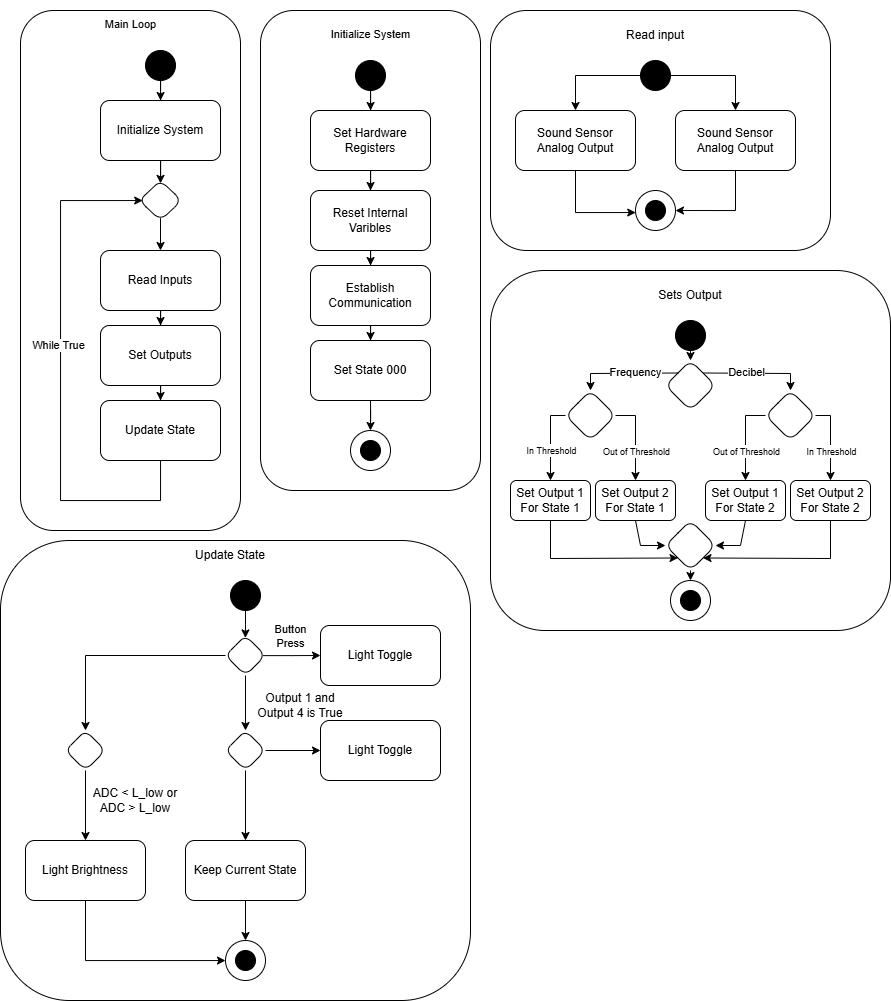
Earlier version of the draw.io export docs/image/SoftwareProposal.drawio.png (ASU-EGR304-2025-F-204/ASU-EGR304-2025-F-204.github.io). Source tidied: cells renumbered, new cells last; positions are measured from the earlier drawing's top-left corner, leaving out a move shared by most shapes.
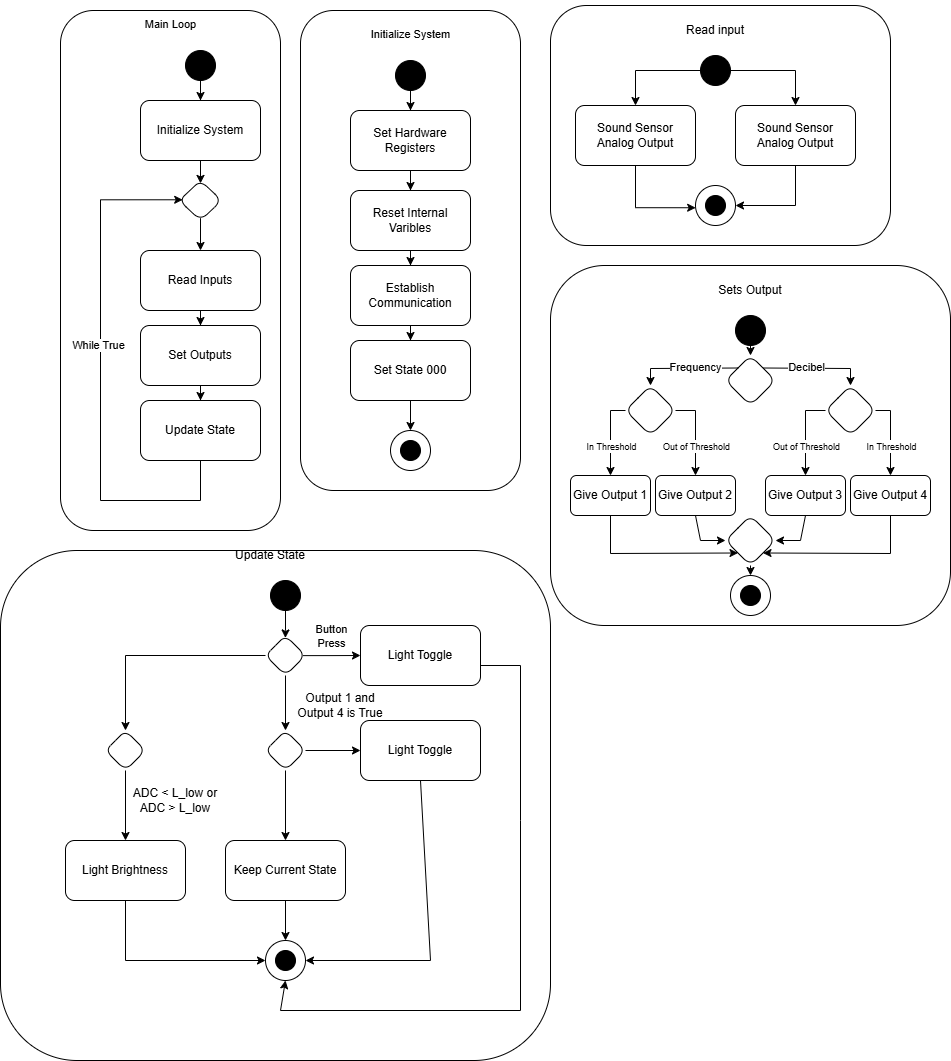
After the change.

Change to the diagram source:
```diff
@@ -12,7 +12,7 @@
       <mxGeometry x="615" y="280" width="150" height="30" as="geometry" />
     </mxCell>
     <mxCell id="5" value="&lt;div style=&quot;padding-top: 0px;&quot;&gt;&lt;br&gt;&lt;/div&gt;" style="rounded=1;whiteSpace=wrap;html=1;align=center;" parent="1" vertex="1">
-      <mxGeometry y="540" width="470" height="460" as="geometry" />
+      <mxGeometry x="-60" y="555" width="550" height="510" as="geometry" />
     </mxCell>
     <mxCell id="6" style="ellipse;whiteSpace=wrap;html=1;" parent="1" vertex="1">
       <mxGeometry x="670" y="580" width="40" height="40" as="geometry" />
@@ -21,7 +21,7 @@
       <mxGeometry x="565" y="390" width="50" height="50" as="geometry" />
     </mxCell>
     <mxCell id="8" style="group;" parent="1" vertex="1">
-      <mxGeometry x="20" width="220" height="530" as="geometry" />
+      <mxGeometry y="5" width="220" height="530" as="geometry" />
     </mxCell>
     <mxCell id="9" value="&lt;div style=&quot;padding-top: 0px;&quot;&gt;&lt;br&gt;&lt;/div&gt;" style="rounded=1;whiteSpace=wrap;html=1;align=center;" parent="8" vertex="1">
       <mxGeometry y="10" width="220" height="520" as="geometry" />
@@ -81,7 +81,7 @@
       <mxGeometry x="765" y="390" width="50" height="50" as="geometry" />
     </mxCell>
     <mxCell id="25" style="group;" parent="1" vertex="1">
-      <mxGeometry x="260" y="10" width="220" height="530" as="geometry" />
+      <mxGeometry x="240" y="15" width="220" height="530" as="geometry" />
     </mxCell>
     <mxCell id="26" value="&lt;div style=&quot;padding-top: 0px;&quot;&gt;&lt;br&gt;&lt;/div&gt;" style="rounded=1;whiteSpace=wrap;html=1;align=center;" parent="25" vertex="1">
       <mxGeometry width="220" height="480" as="geometry" />
@@ -125,29 +125,29 @@
     <mxCell id="39" style="ellipse;whiteSpace=wrap;html=1;fillColor=#000000;" parent="25" vertex="1">
       <mxGeometry x="100" y="430" width="20" height="20" as="geometry" />
     </mxCell>
-    <mxCell id="40" value="Set Output 1 For State 2" style="rounded=1;whiteSpace=wrap;html=1;" parent="1" vertex="1">
+    <mxCell id="40" value="Give Output 3" style="rounded=1;whiteSpace=wrap;html=1;" parent="1" vertex="1">
       <mxGeometry x="705" y="480" width="80" height="40" as="geometry" />
     </mxCell>
     <mxCell id="41" style="ellipse;whiteSpace=wrap;html=1;fillColor=#000000;" parent="1" vertex="1">
       <mxGeometry x="680" y="590" width="20" height="20" as="geometry" />
     </mxCell>
-    <mxCell id="42" value="Set Output 2 For State 2" style="rounded=1;whiteSpace=wrap;html=1;" parent="1" vertex="1">
+    <mxCell id="42" value="Give Output 4" style="rounded=1;whiteSpace=wrap;html=1;" parent="1" vertex="1">
       <mxGeometry x="790" y="480" width="80" height="40" as="geometry" />
     </mxCell>
-    <mxCell id="43" value="Set Output 1 For State 1" style="rounded=1;whiteSpace=wrap;html=1;" parent="1" vertex="1">
+    <mxCell id="43" value="Give Output 1" style="rounded=1;whiteSpace=wrap;html=1;" parent="1" vertex="1">
       <mxGeometry x="510" y="480" width="80" height="40" as="geometry" />
     </mxCell>
-    <mxCell id="44" value="Set Output 2 For State 1" style="rounded=1;whiteSpace=wrap;html=1;" parent="1" vertex="1">
+    <mxCell id="44" value="Give Output 2" style="rounded=1;whiteSpace=wrap;html=1;" parent="1" vertex="1">
       <mxGeometry x="595" y="480" width="80" height="40" as="geometry" />
     </mxCell>
     <mxCell id="45" value="Update State" style="text;html=1;whiteSpace=wrap;strokeColor=none;fillColor=none;align=center;verticalAlign=middle;rounded=0;" parent="1" vertex="1">
-      <mxGeometry x="155" y="540" width="150" height="30" as="geometry" />
+      <mxGeometry x="135" y="545" width="150" height="30" as="geometry" />
     </mxCell>
     <mxCell id="46" style="edgeStyle=orthogonalEdgeStyle;rounded=0;jettySize=auto;html=1;entryX=0.497;entryY=0.061;entryDx=0;entryDy=0;entryPerimeter=0;" parent="1" edge="1" source="47" target="51">
       <mxGeometry relative="1" as="geometry" />
     </mxCell>
     <mxCell id="47" style="ellipse;whiteSpace=wrap;html=1;fillColor=#000000;" parent="1" vertex="1">
-      <mxGeometry x="230" y="580" width="30" height="30" as="geometry" />
+      <mxGeometry x="210" y="585" width="30" height="30" as="geometry" />
     </mxCell>
     <mxCell id="48" style="edgeStyle=orthogonalEdgeStyle;rounded=0;jettySize=auto;html=1;exitX=0.939;exitY=0.503;exitDx=0;exitDy=0;exitPerimeter=0;" parent="1" edge="1" source="51" target="52">
       <mxGeometry relative="1" as="geometry" />
@@ -161,31 +161,31 @@
       <mxGeometry relative="1" as="geometry" />
     </mxCell>
     <mxCell id="51" style="rhombus;whiteSpace=wrap;html=1;rounded=1;" parent="1" vertex="1">
-      <mxGeometry x="225" y="635" width="40" height="40" as="geometry" />
+      <mxGeometry x="205" y="640" width="40" height="40" as="geometry" />
     </mxCell>
     <mxCell id="52" value="Light Toggle" style="rounded=1;whiteSpace=wrap;html=1;" parent="1" vertex="1">
-      <mxGeometry x="320" y="625" width="120" height="60" as="geometry" />
+      <mxGeometry x="300" y="630" width="120" height="60" as="geometry" />
     </mxCell>
     <mxCell id="53" style="edgeStyle=orthogonalEdgeStyle;rounded=0;jettySize=auto;html=1;entryX=0.5;entryY=0;entryDx=0;entryDy=0;" parent="1" edge="1" source="54" target="58">
       <mxGeometry relative="1" as="geometry" />
     </mxCell>
     <mxCell id="54" value="Keep Current State" style="rounded=1;whiteSpace=wrap;html=1;" parent="1" vertex="1">
-      <mxGeometry x="185" y="840" width="120" height="60" as="geometry" />
+      <mxGeometry x="165" y="845" width="120" height="60" as="geometry" />
     </mxCell>
     <mxCell id="55" style="edgeStyle=orthogonalEdgeStyle;rounded=0;jettySize=auto;html=1;entryX=0.5;entryY=0;entryDx=0;entryDy=0;" parent="1" edge="1" source="56" target="57">
       <mxGeometry relative="1" as="geometry" />
     </mxCell>
     <mxCell id="56" style="rhombus;whiteSpace=wrap;html=1;rounded=1;" parent="1" vertex="1">
-      <mxGeometry x="65" y="730" width="40" height="40" as="geometry" />
+      <mxGeometry x="45" y="735" width="40" height="40" as="geometry" />
     </mxCell>
     <mxCell id="57" value="Light Brightness" style="rounded=1;whiteSpace=wrap;html=1;" parent="1" vertex="1">
-      <mxGeometry x="25" y="840" width="120" height="60" as="geometry" />
+      <mxGeometry x="5" y="845" width="120" height="60" as="geometry" />
     </mxCell>
     <mxCell id="58" style="ellipse;whiteSpace=wrap;html=1;" parent="1" vertex="1">
-      <mxGeometry x="225" y="940" width="40" height="40" as="geometry" />
+      <mxGeometry x="205" y="945" width="40" height="40" as="geometry" />
     </mxCell>
     <mxCell id="59" style="ellipse;whiteSpace=wrap;html=1;fillColor=#000000;" parent="1" vertex="1">
-      <mxGeometry x="235" y="950" width="20" height="20" as="geometry" />
+      <mxGeometry x="215" y="955" width="20" height="20" as="geometry" />
     </mxCell>
     <mxCell id="60" style="endArrow=classic;html=1;rounded=0;exitX=0;exitY=0.5;exitDx=0;exitDy=0;entryX=0.5;entryY=0;entryDx=0;entryDy=0;" parent="1" edge="1" source="7" target="43">
       <mxGeometry relative="1" as="geometry">
@@ -336,7 +336,7 @@
       <mxGeometry relative="1" as="geometry" />
     </mxCell>
     <mxCell id="91" style="rhombus;whiteSpace=wrap;html=1;rounded=1;" parent="1" vertex="1">
-      <mxGeometry x="225" y="730" width="40" height="40" as="geometry" />
+      <mxGeometry x="205" y="735" width="40" height="40" as="geometry" />
     </mxCell>
     <mxCell id="92" style="edgeStyle=orthogonalEdgeStyle;rounded=0;jettySize=auto;html=1;entryX=1;entryY=0.5;entryDx=0;entryDy=0;" parent="1" edge="1" source="93" target="87">
       <mxGeometry relative="1" as="geometry" />
@@ -345,25 +345,43 @@
       <mxGeometry x="675" y="110" width="120" height="60" as="geometry" />
     </mxCell>
     <mxCell id="94" value="ADC &amp;lt; L_low or ADC &amp;gt; L_low" style="text;html=1;whiteSpace=wrap;strokeColor=none;fillColor=none;align=center;verticalAlign=middle;rounded=0;" parent="1" vertex="1">
-      <mxGeometry x="90" y="785" width="90" height="30" as="geometry" />
+      <mxGeometry x="70" y="790" width="90" height="30" as="geometry" />
     </mxCell>
     <mxCell id="95" style="endArrow=classic;html=1;rounded=0;exitX=0.5;exitY=1;exitDx=0;exitDy=0;entryX=0.5;entryY=0;entryDx=0;entryDy=0;" parent="1" edge="1" source="51" target="91">
       <mxGeometry relative="1" as="geometry" />
     </mxCell>
     <mxCell id="96" value="Light Toggle" style="rounded=1;whiteSpace=wrap;html=1;" parent="1" vertex="1">
-      <mxGeometry x="320" y="720" width="120" height="60" as="geometry" />
+      <mxGeometry x="300" y="725" width="120" height="60" as="geometry" />
     </mxCell>
     <mxCell id="97" value="Output 1 and Output 4 is True" style="text;html=1;whiteSpace=wrap;strokeColor=none;fillColor=none;align=center;verticalAlign=middle;rounded=0;" parent="1" vertex="1">
-      <mxGeometry x="255" y="690" width="90" height="30" as="geometry" />
+      <mxGeometry x="235" y="695" width="90" height="30" as="geometry" />
     </mxCell>
     <mxCell id="98" style="edgeStyle=orthogonalEdgeStyle;rounded=0;jettySize=auto;html=1;" parent="1" edge="1" source="57">
       <mxGeometry relative="1" as="geometry">
-        <mxPoint x="225" y="960" as="targetPoint" />
+        <mxPoint x="205" y="965" as="targetPoint" />
         <Array as="points">
-          <mxPoint x="85" y="960" />
-          <mxPoint x="225" y="960" />
+          <mxPoint x="65" y="965" />
+          <mxPoint x="205" y="965" />
         </Array>
       </mxGeometry>
     </mxCell>
+    <mxCell id="99" style="endArrow=classic;html=1;rounded=0;exitX=0.5;exitY=1;exitDx=0;exitDy=0;entryX=1;entryY=0.5;entryDx=0;entryDy=0;" parent="1" edge="1" source="96" target="58">
+      <mxGeometry relative="1" as="geometry">
+        <Array as="points">
+          <mxPoint x="370" y="965" />
+        </Array>
+      </mxGeometry>
+    </mxCell>
+    <mxCell id="100" style="endArrow=classic;html=1;rounded=0;exitX=1;exitY=0.5;exitDx=0;exitDy=0;entryX=0.5;entryY=1;entryDx=0;entryDy=0;" parent="1" edge="1" source="52" target="58">
+      <mxGeometry relative="1" as="geometry">
+        <Array as="points">
+          <mxPoint x="420" y="670" />
+          <mxPoint x="460" y="670" />
+          <mxPoint x="460" y="825" />
+          <mxPoint x="460" y="1015" />
+          <mxPoint x="220" y="1015" />
+        </Array>
+      </mxGeometry>
+    </mxCell>
   </root>
 </mxGraphModel>
```
